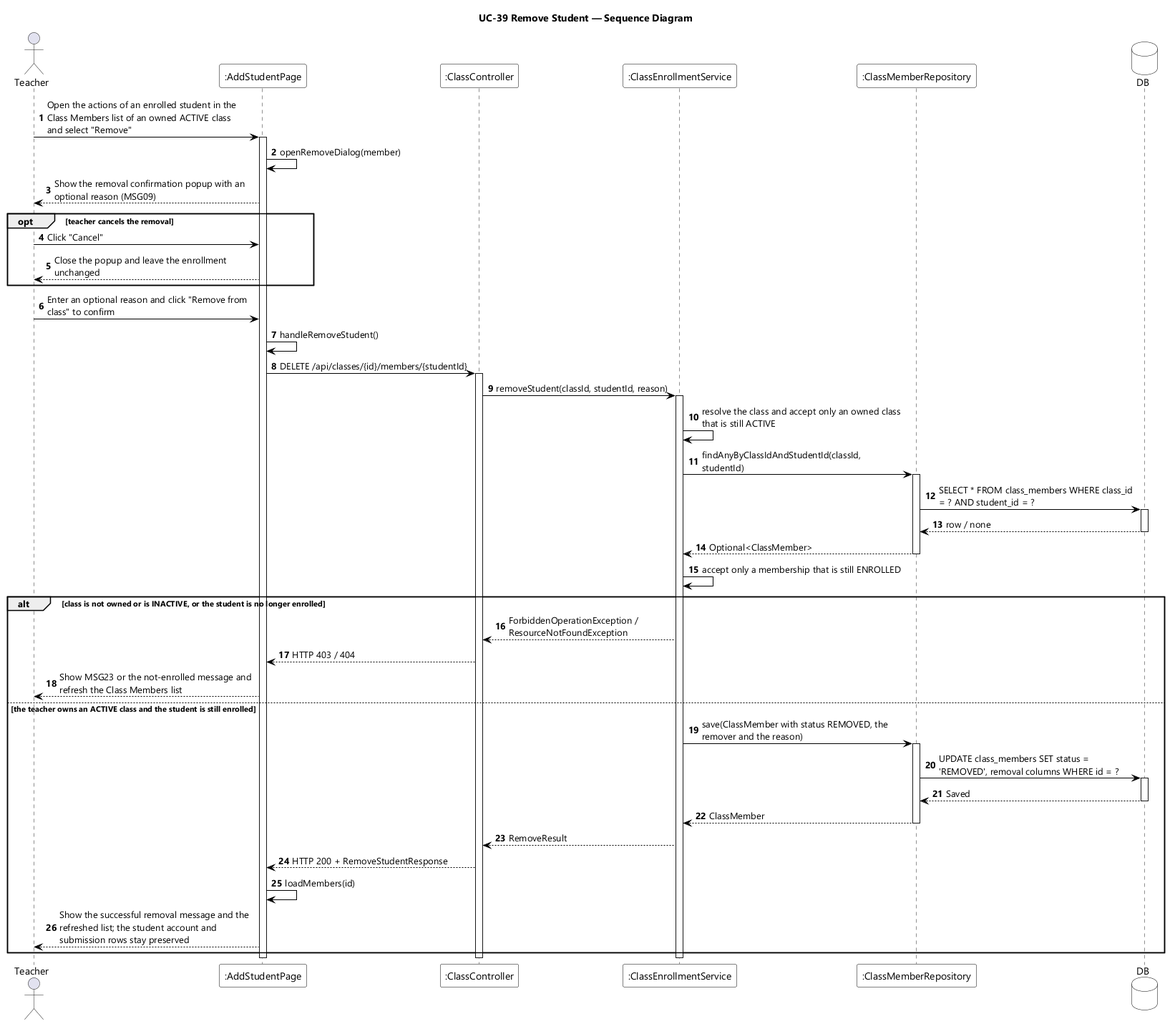
Earlier version of the PlantUML export designs/sds-diagrams/uc39/uc39-sequence-diagram.png (EduA-system/EduA-system). Source of this version:
```plantuml
@startuml UC-39 Remove Student - Sequence Diagram
skinparamlocked dpi 96
skinparam defaultFontName "Segoe UI"
skinparam shadowing false
skinparam ParticipantBackgroundColor #FFFFFF
skinparam ParticipantBorderColor #000000
skinparam DatabaseBackgroundColor #FFFFFF
skinparam DatabaseBorderColor #000000
skinparam ArrowColor #000000
skinparam sequenceMessageAlign left
skinparam maxMessageSize 280
title UC-39 Remove Student — Sequence Diagram

actor Teacher
participant ":AddStudentPage" as UI
participant ":ClassController" as CTL
participant ":ClassEnrollmentService" as SVC
participant ":ClassMemberRepository" as MEM
database DB

autonumber
Teacher -> UI : Open the actions of an enrolled student in the Class Members list of an owned ACTIVE class and select "Remove"
activate UI
UI -> UI : openRemoveDialog(member)
UI --> Teacher : Show the removal confirmation popup with an optional reason (MSG09)

opt teacher cancels the removal
  Teacher -> UI : Click "Cancel"
  UI --> Teacher : Close the popup and leave the enrollment unchanged
end

Teacher -> UI : Enter an optional reason and click "Remove from class" to confirm
UI -> UI : handleRemoveStudent()
UI -> CTL : DELETE /api/classes/{id}/members/{studentId}
activate CTL
CTL -> SVC : removeStudent(classId, studentId, reason)
activate SVC
SVC -> SVC : resolve the class and accept only an owned class that is still ACTIVE
SVC -> MEM : findAnyByClassIdAndStudentId(classId, studentId)
activate MEM
MEM -> DB : SELECT * FROM class_members WHERE class_id = ? AND student_id = ?
activate DB
DB --> MEM : row / none
deactivate DB
MEM --> SVC : Optional<ClassMember>
deactivate MEM
SVC -> SVC : accept only a membership that is still ENROLLED

alt class is not owned or is INACTIVE, or the student is no longer enrolled
  SVC --> CTL : ForbiddenOperationException / ResourceNotFoundException
  CTL --> UI : HTTP 403 / 404
  UI --> Teacher : Show MSG23 or the not-enrolled message and refresh the Class Members list

else the teacher owns an ACTIVE class and the student is still enrolled
  SVC -> MEM : save(ClassMember with status REMOVED, the remover and the reason)
  activate MEM
  MEM -> DB : UPDATE class_members SET status = 'REMOVED', removal columns WHERE id = ?
  activate DB
  DB --> MEM : Saved
  deactivate DB
  MEM --> SVC : ClassMember
  deactivate MEM
  SVC --> CTL : RemoveResult
  CTL --> UI : HTTP 200 + RemoveStudentResponse
  UI -> UI : loadMembers(id)
  UI --> Teacher : Show the successful removal message and the refreshed list; the student account and submission rows stay preserved
end
deactivate SVC
deactivate CTL
deactivate UI
@enduml
```
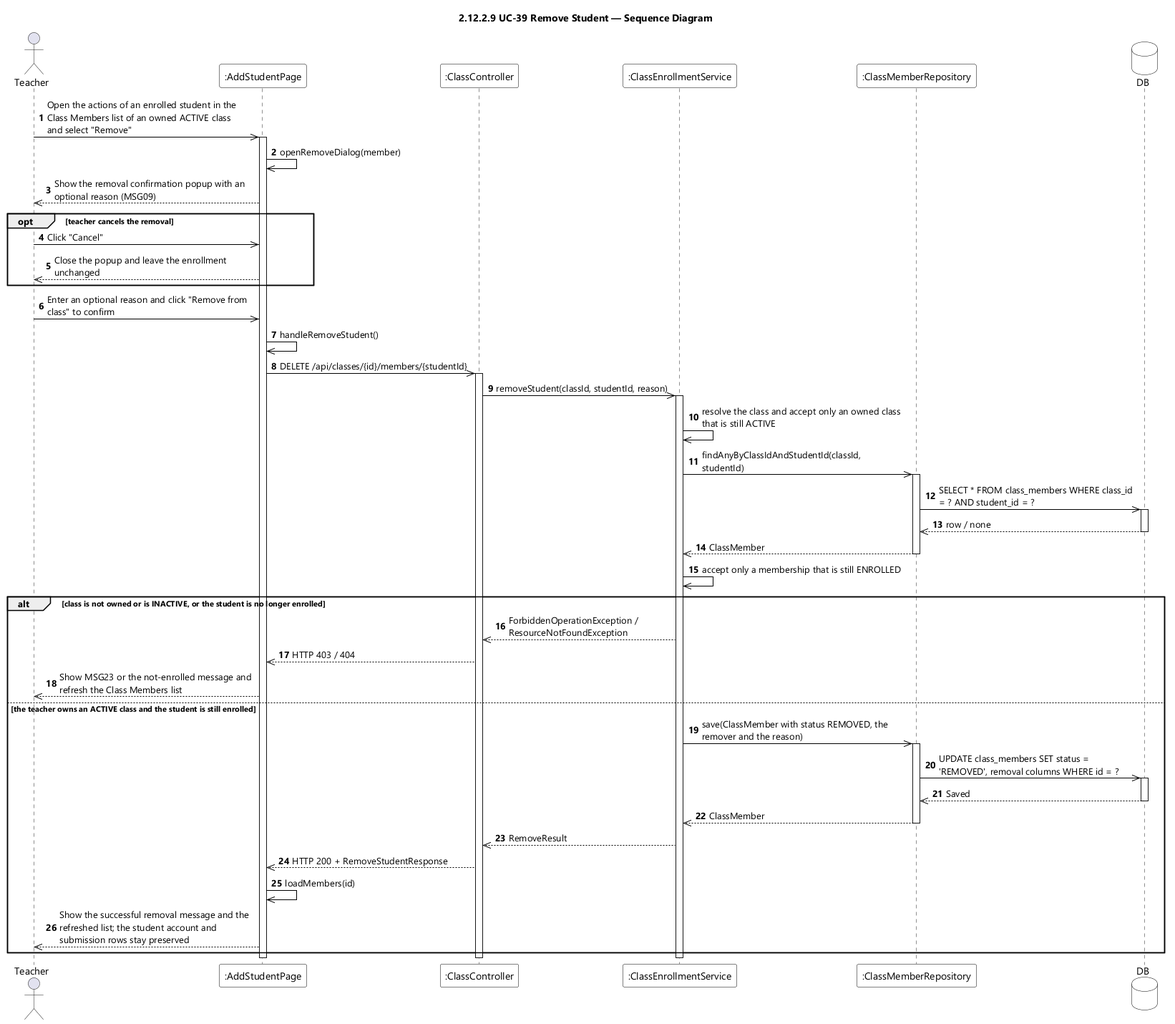
The same diagram one commit later.

The edit, as a diff of the source:
```diff
@@ -9,7 +9,7 @@
 skinparam ArrowColor #000000
 skinparam sequenceMessageAlign left
 skinparam maxMessageSize 280
-title UC-39 Remove Student — Sequence Diagram
+title 2.12.2.9 UC-39 Remove Student — Sequence Diagram
 
 actor Teacher
 participant ":AddStudentPage" as UI
@@ -19,51 +19,51 @@
 database DB
 
 autonumber
-Teacher -> UI : Open the actions of an enrolled student in the Class Members list of an owned ACTIVE class and select "Remove"
+Teacher ->> UI : Open the actions of an enrolled student in the Class Members list of an owned ACTIVE class and select "Remove"
 activate UI
-UI -> UI : openRemoveDialog(member)
-UI --> Teacher : Show the removal confirmation popup with an optional reason (MSG09)
+UI ->> UI : openRemoveDialog(member)
+UI -->> Teacher : Show the removal confirmation popup with an optional reason (MSG09)
 
 opt teacher cancels the removal
-  Teacher -> UI : Click "Cancel"
-  UI --> Teacher : Close the popup and leave the enrollment unchanged
+  Teacher ->> UI : Click "Cancel"
+  UI -->> Teacher : Close the popup and leave the enrollment unchanged
 end
 
-Teacher -> UI : Enter an optional reason and click "Remove from class" to confirm
-UI -> UI : handleRemoveStudent()
-UI -> CTL : DELETE /api/classes/{id}/members/{studentId}
+Teacher ->> UI : Enter an optional reason and click "Remove from class" to confirm
+UI ->> UI : handleRemoveStudent()
+UI ->> CTL : DELETE /api/classes/{id}/members/{studentId}
 activate CTL
-CTL -> SVC : removeStudent(classId, studentId, reason)
+CTL ->> SVC : removeStudent(classId, studentId, reason)
 activate SVC
-SVC -> SVC : resolve the class and accept only an owned class that is still ACTIVE
-SVC -> MEM : findAnyByClassIdAndStudentId(classId, studentId)
+SVC ->> SVC : resolve the class and accept only an owned class that is still ACTIVE
+SVC ->> MEM : findAnyByClassIdAndStudentId(classId, studentId)
 activate MEM
-MEM -> DB : SELECT * FROM class_members WHERE class_id = ? AND student_id = ?
+MEM ->> DB : SELECT * FROM class_members WHERE class_id = ? AND student_id = ?
 activate DB
-DB --> MEM : row / none
+DB -->> MEM : row / none
 deactivate DB
-MEM --> SVC : Optional<ClassMember>
+MEM -->> SVC : ClassMember
 deactivate MEM
-SVC -> SVC : accept only a membership that is still ENROLLED
+SVC ->> SVC : accept only a membership that is still ENROLLED
 
 alt class is not owned or is INACTIVE, or the student is no longer enrolled
-  SVC --> CTL : ForbiddenOperationException / ResourceNotFoundException
-  CTL --> UI : HTTP 403 / 404
-  UI --> Teacher : Show MSG23 or the not-enrolled message and refresh the Class Members list
+  SVC -->> CTL : ForbiddenOperationException / ResourceNotFoundException
+  CTL -->> UI : HTTP 403 / 404
+  UI -->> Teacher : Show MSG23 or the not-enrolled message and refresh the Class Members list
 
 else the teacher owns an ACTIVE class and the student is still enrolled
-  SVC -> MEM : save(ClassMember with status REMOVED, the remover and the reason)
+  SVC ->> MEM : save(ClassMember with status REMOVED, the remover and the reason)
   activate MEM
-  MEM -> DB : UPDATE class_members SET status = 'REMOVED', removal columns WHERE id = ?
+  MEM ->> DB : UPDATE class_members SET status = 'REMOVED', removal columns WHERE id = ?
   activate DB
-  DB --> MEM : Saved
+  DB -->> MEM : Saved
   deactivate DB
-  MEM --> SVC : ClassMember
+  MEM -->> SVC : ClassMember
   deactivate MEM
-  SVC --> CTL : RemoveResult
-  CTL --> UI : HTTP 200 + RemoveStudentResponse
-  UI -> UI : loadMembers(id)
-  UI --> Teacher : Show the successful removal message and the refreshed list; the student account and submission rows stay preserved
+  SVC -->> CTL : RemoveResult
+  CTL -->> UI : HTTP 200 + RemoveStudentResponse
+  UI ->> UI : loadMembers(id)
+  UI -->> Teacher : Show the successful removal message and the refreshed list; the student account and submission rows stay preserved
 end
 deactivate SVC
 deactivate CTL
```
